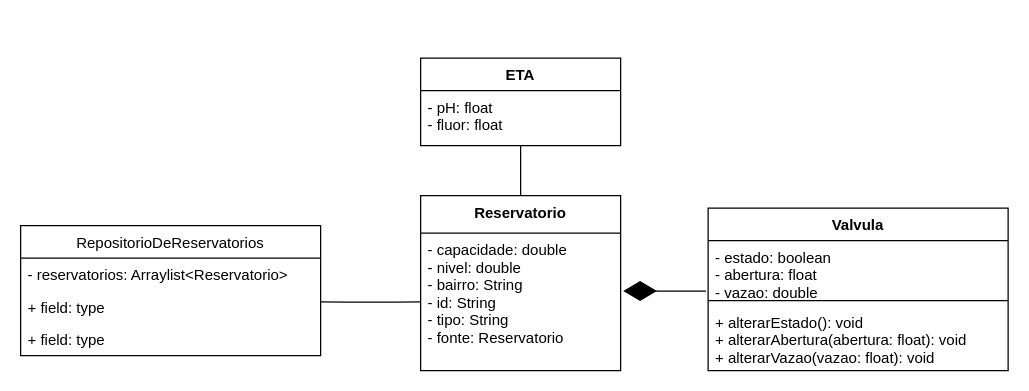
Above: Waterway.drawio in ronaldo26rodrigues/Lifeway (draw.io), before the change. Source tidied: cells renumbered, new cells numbered last; positions are measured from the earlier drawing's top-left corner, leaving out a move shared by most shapes. Both pictures are drawn from the tidied source at 125%, with x=0, y=0 at pixel (20, 58).
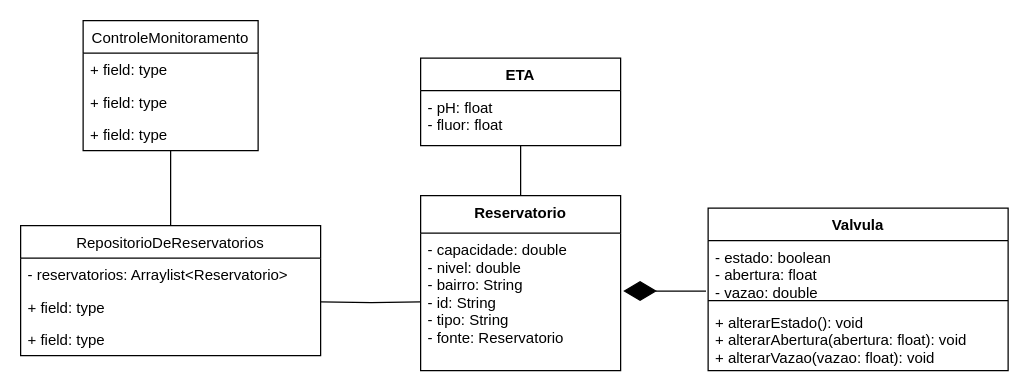
After the change.

The change refers to these unchanged cells:
```xml
<mxCell id="2" value="Reservatorio" style="swimlane;fontStyle=1;align=center;verticalAlign=top;horizontal=1;startSize=30;" parent="1" vertex="1">
  <mxGeometry x="320" y="110" width="160" height="140" as="geometry" />
</mxCell>
<mxCell id="3" value="- capacidade: double&#10;- nivel: double&#10;- bairro: String&#10;- id: String&#10;- tipo: String&#10;- fonte: Reservatorio" style="text;strokeColor=none;fillColor=none;align=left;verticalAlign=top;spacingLeft=4;spacingRight=4;overflow=hidden;points=[[0,0.5],[1,0.5]];portConstraint=eastwest;" parent="2" vertex="1">
  <mxGeometry y="30" width="160" height="110" as="geometry" />
</mxCell>
<mxCell id="5" value="- estado: boolean&#10;- abertura: float&#10;- vazao: double" style="text;strokeColor=none;fillColor=none;align=left;verticalAlign=top;spacingLeft=4;spacingRight=4;overflow=hidden;points=[[0,0.5],[1,0.5]];portConstraint=eastwest;" parent="4" vertex="1">
  <mxGeometry y="26" width="240" height="44" as="geometry" />
</mxCell>
<mxCell id="10" value="ETA" style="swimlane;fontStyle=1;align=center;verticalAlign=top;horizontal=1;startSize=26;" parent="1" vertex="1">
  <mxGeometry x="320" width="160" height="70" as="geometry" />
</mxCell>
<mxCell id="12" value="RepositorioDeReservatorios" style="swimlane;fontStyle=0;horizontal=1;startSize=26;fillColor=none;" parent="1" vertex="1">
  <mxGeometry y="134" width="240" height="104" as="geometry" />
</mxCell>
```

What changed in the source:
```diff
@@
-    <mxCell id="8" style="endArrow=diamondThin;endFill=1;endSize=24;html=1;exitX=-0.007;exitY=0.916;exitDx=0;exitDy=0;exitPerimeter=0;entryX=1.013;entryY=0.421;entryDx=0;entryDy=0;entryPerimeter=0;curved=1;" parent="1" edge="1" source="5" target="3">
+    <mxCell id="8" style="endArrow=diamondThin;endFill=1;endSize=24;html=1;exitX=-0.007;exitY=0.916;exitDx=0;exitDy=0;exitPerimeter=0;entryX=1.013;entryY=0.421;entryDx=0;entryDy=0;entryPerimeter=0;" parent="1" edge="1" source="5" target="3">
       <mxGeometry relative="1" as="geometry" />
     </mxCell>
-    <mxCell id="9" style="edgeStyle=orthogonalEdgeStyle;jettySize=auto;html=1;entryX=0.5;entryY=0;entryDx=0;entryDy=0;endArrow=none;endFill=0;curved=1;" parent="1" edge="1" source="10" target="2">
+    <mxCell id="9" style="edgeStyle=orthogonalEdgeStyle;jettySize=auto;html=1;entryX=0.5;entryY=0;entryDx=0;entryDy=0;endArrow=none;endFill=0;" parent="1" edge="1" source="10" target="2">
       <mxGeometry relative="1" as="geometry" />
     </mxCell>
@@
-    <mxCell id="16" style="edgeStyle=orthogonalEdgeStyle;curved=1;rounded=0;jettySize=auto;html=1;entryX=0;entryY=0.5;entryDx=0;entryDy=0;endArrow=none;endFill=0;" parent="1" edge="1" target="3">
+    <mxCell id="16" style="edgeStyle=orthogonalEdgeStyle;rounded=0;jettySize=auto;html=1;entryX=0;entryY=0.5;entryDx=0;entryDy=0;endArrow=none;endFill=0;" parent="1" edge="1" target="3">
       <mxGeometry relative="1" as="geometry">
         <mxPoint x="240" y="195" as="sourcePoint" />
       </mxGeometry>
     </mxCell>
+    <mxCell id="17" style="edgeStyle=orthogonalEdgeStyle;rounded=0;jettySize=auto;html=1;entryX=0.5;entryY=0;entryDx=0;entryDy=0;endArrow=none;endFill=0;" parent="1" edge="1" source="18" target="12">
+      <mxGeometry relative="1" as="geometry" />
+    </mxCell>
+    <mxCell id="18" value="ControleMonitoramento" style="swimlane;fontStyle=0;horizontal=1;startSize=26;fillColor=none;" parent="1" vertex="1">
+      <mxGeometry x="50" y="-30" width="140" height="104" as="geometry" />
+    </mxCell>
+    <mxCell id="19" value="+ field: type" style="text;strokeColor=none;fillColor=none;align=left;verticalAlign=top;spacingLeft=4;spacingRight=4;overflow=hidden;" parent="18" vertex="1">
+      <mxGeometry y="26" width="140" height="26" as="geometry" />
+    </mxCell>
+    <mxCell id="20" value="+ field: type" style="text;strokeColor=none;fillColor=none;align=left;verticalAlign=top;spacingLeft=4;spacingRight=4;overflow=hidden;" parent="18" vertex="1">
+      <mxGeometry y="52" width="140" height="26" as="geometry" />
+    </mxCell>
+    <mxCell id="21" value="+ field: type" style="text;strokeColor=none;fillColor=none;align=left;verticalAlign=top;spacingLeft=4;spacingRight=4;overflow=hidden;" parent="18" vertex="1">
+      <mxGeometry y="78" width="140" height="26" as="geometry" />
+    </mxCell>
```
